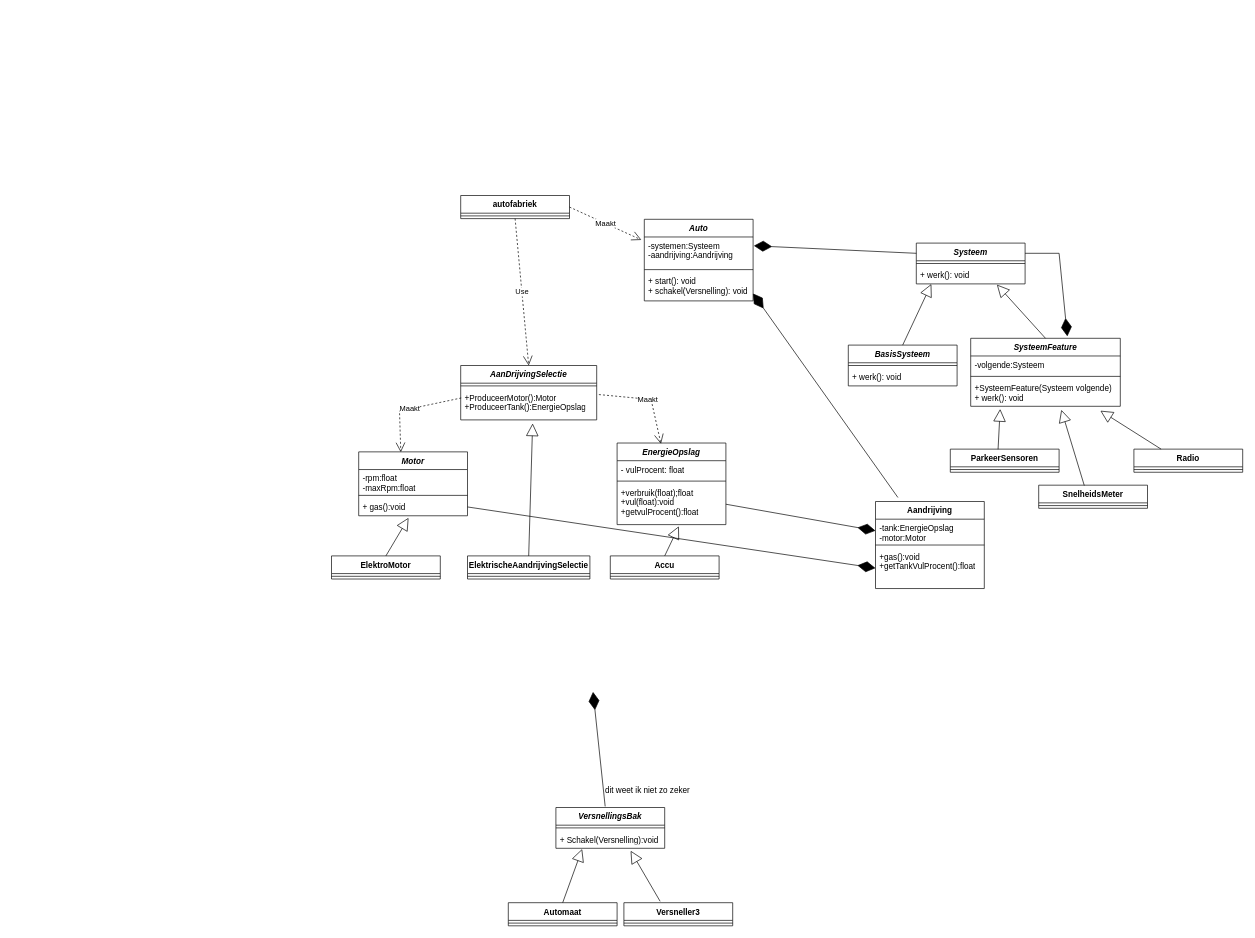
Earlier version of the draw.io diagram UML Diagram.drawio (Elipam/Design-patterns). Source tidied: cells renumbered, new cells numbered last; positions are measured from the earlier drawing's top-left corner, leaving out a move shared by most shapes. Both pictures are drawn from the tidied source at 68%, with x=0, y=0 at pixel (331, 195).
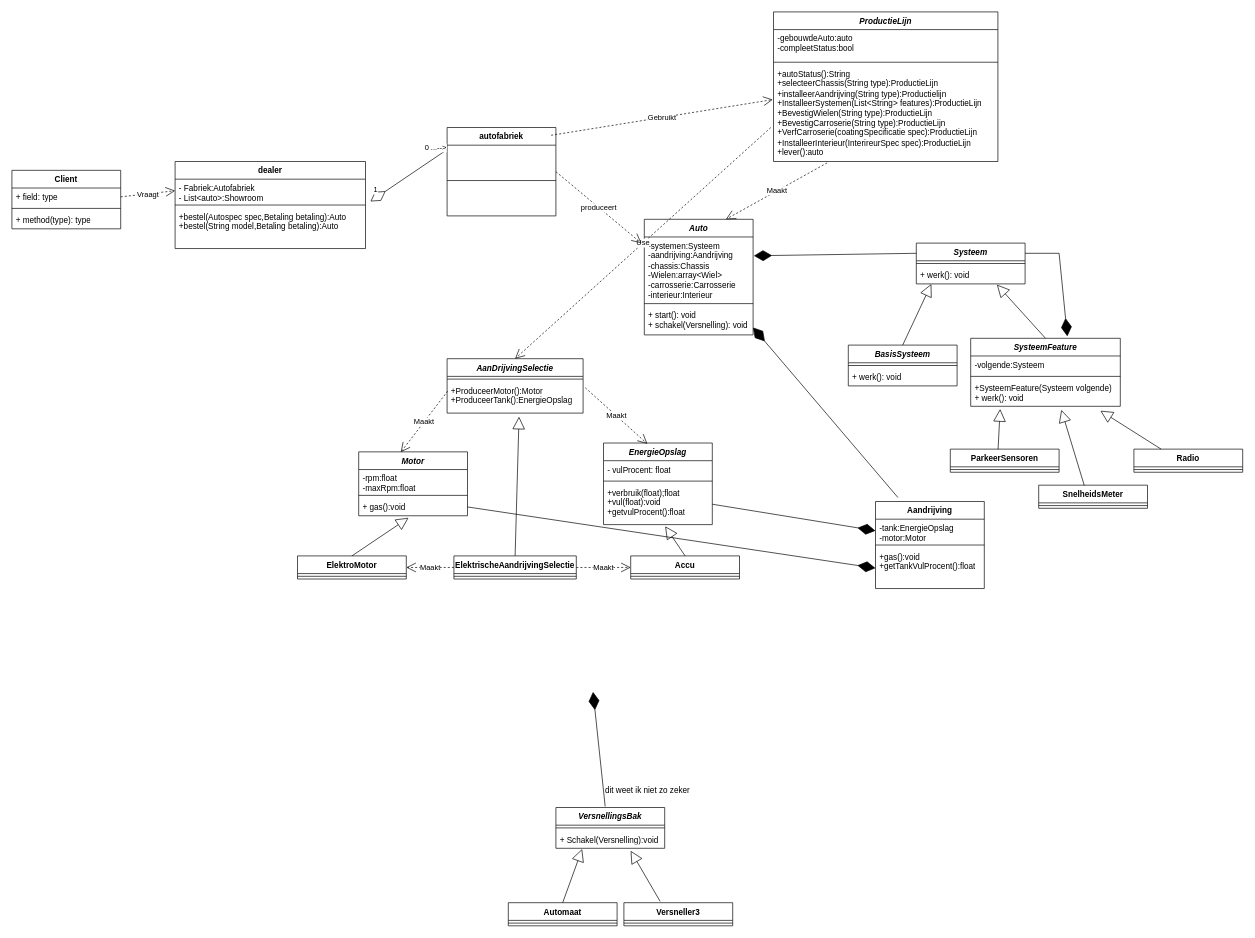
After the change.

Commit message:
verdere uitbreding dealership en autoproductie

Unchanged cells that the change refers to:
```xml
<mxCell id="38" value="+ProduceerMotor():Motor&lt;br&gt;+ProduceerTank():EnergieOpslag" style="text;strokeColor=none;fillColor=none;align=left;verticalAlign=top;spacingLeft=4;spacingRight=4;overflow=hidden;points=[[0,0.5],[1,0.5]];portConstraint=eastwest;whiteSpace=wrap;html=1;" parent="36" vertex="1">
  <mxGeometry y="34" width="200" height="46" as="geometry" />
</mxCell>
<mxCell id="56" value="&lt;i&gt;Motor&lt;/i&gt;" style="swimlane;fontStyle=1;align=center;verticalAlign=top;horizontal=1;startSize=26;whiteSpace=wrap;html=1;" parent="1" vertex="1">
  <mxGeometry x="40" y="377" width="160" height="94" as="geometry" />
</mxCell>
```

What changed in the source:
```diff
@@
     <mxCell id="2" value="&lt;i&gt;Auto&lt;/i&gt;" style="swimlane;fontStyle=1;align=center;verticalAlign=top;horizontal=1;startSize=26;whiteSpace=wrap;html=1;" parent="1" vertex="1">
-      <mxGeometry x="460" y="35" width="160" height="120" as="geometry" />
+      <mxGeometry x="460" y="35" width="160" height="170" as="geometry" />
     </mxCell>
-    <mxCell id="3" value="-systemen:Systeem&lt;br&gt;-aandrijving:Aandrijving" style="text;strokeColor=none;fillColor=none;align=left;verticalAlign=top;spacingLeft=4;spacingRight=4;overflow=hidden;points=[[0,0.5],[1,0.5]];portConstraint=eastwest;whiteSpace=wrap;html=1;" parent="2" vertex="1">
-      <mxGeometry y="26" width="160" height="44" as="geometry" />
+    <mxCell id="3" value="-systemen:Systeem&lt;br&gt;-aandrijving:Aandrijving&lt;br&gt;-chassis:Chassis&lt;br&gt;-Wielen:array&amp;lt;Wiel&amp;gt;&lt;br&gt;-carrosserie:Carrosserie&lt;br&gt;-interieur:Interieur" style="text;strokeColor=none;fillColor=none;align=left;verticalAlign=top;spacingLeft=4;spacingRight=4;overflow=hidden;points=[[0,0.5],[1,0.5]];portConstraint=eastwest;whiteSpace=wrap;html=1;" parent="2" vertex="1">
+      <mxGeometry y="26" width="160" height="94" as="geometry" />
     </mxCell>
     <mxCell id="4" style="line;strokeWidth=1;fillColor=none;align=left;verticalAlign=middle;spacingTop=-1;spacingLeft=3;spacingRight=3;labelPosition=right;strokeColor=inherit;" parent="2" vertex="1">
-      <mxGeometry y="70" width="160" height="8" as="geometry" />
+      <mxGeometry y="120" width="160" height="8" as="geometry" />
     </mxCell>
     <mxCell id="5" value="+ start(): void&lt;br&gt;+ schakel(Versnelling): void" style="text;strokeColor=none;fillColor=none;align=left;verticalAlign=top;spacingLeft=4;spacingRight=4;overflow=hidden;points=[[0,0.5],[1,0.5]];portConstraint=eastwest;whiteSpace=wrap;html=1;" parent="2" vertex="1">
-      <mxGeometry y="78" width="160" height="42" as="geometry" />
+      <mxGeometry y="128" width="160" height="42" as="geometry" />
     </mxCell>
@@
     <mxCell id="36" value="&lt;i&gt;AanDrijvingSelectie&lt;/i&gt;" style="swimlane;fontStyle=1;align=center;verticalAlign=top;horizontal=1;startSize=26;whiteSpace=wrap;html=1;" parent="1" vertex="1">
-      <mxGeometry x="190" y="250" width="200" height="80" as="geometry" />
+      <mxGeometry x="170" y="240" width="200" height="80" as="geometry" />
     </mxCell>
@@
     <mxCell id="48" value="autofabriek" style="swimlane;fontStyle=1;align=center;verticalAlign=top;horizontal=1;startSize=26;whiteSpace=wrap;html=1;" parent="1" vertex="1">
-      <mxGeometry x="190" width="160" height="34" as="geometry" />
+      <mxGeometry x="170" y="-100" width="160" height="130" as="geometry" />
     </mxCell>
     <mxCell id="49" style="line;strokeWidth=1;fillColor=none;align=left;verticalAlign=middle;spacingTop=-1;spacingLeft=3;spacingRight=3;labelPosition=right;strokeColor=inherit;" parent="48" vertex="1">
-      <mxGeometry y="26" width="160" height="8" as="geometry" />
+      <mxGeometry y="26" width="160" height="104" as="geometry" />
     </mxCell>
-    <mxCell id="50" value="Use" style="endArrow=open;endSize=12;dashed=1;html=1;rounded=0;exitX=0.5;exitY=1;exitDx=0;exitDy=0;entryX=0.5;entryY=0;entryDx=0;entryDy=0;" parent="1" edge="1" source="48" target="36">
+    <mxCell id="50" value="Use" style="endArrow=open;endSize=12;dashed=1;html=1;rounded=0;exitX=-0.012;exitY=0.648;exitDx=0;exitDy=0;entryX=0.5;entryY=0;entryDx=0;entryDy=0;exitPerimeter=0;" parent="1" edge="1" source="78" target="36">
       <mxGeometry relative="1" as="geometry" />
     </mxCell>
     <mxCell id="51" value="&lt;i&gt;EnergieOpslag&lt;/i&gt;" style="swimlane;fontStyle=1;align=center;verticalAlign=top;horizontal=1;startSize=26;whiteSpace=wrap;html=1;" parent="1" vertex="1">
-      <mxGeometry x="420" y="364" width="160" height="120" as="geometry" />
+      <mxGeometry x="400" y="364" width="160" height="120" as="geometry" />
     </mxCell>
@@
     <mxCell id="55" value="Maakt" style="endArrow=open;endSize=12;dashed=1;html=1;rounded=0;exitX=1.016;exitY=0.19;exitDx=0;exitDy=0;exitPerimeter=0;entryX=0.403;entryY=0.01;entryDx=0;entryDy=0;entryPerimeter=0;" parent="1" edge="1" source="38" target="51">
-      <mxGeometry relative="1" as="geometry">
-        <Array as="points">
-          <mxPoint x="470" y="300" />
-        </Array>
-      </mxGeometry>
+      <mxGeometry relative="1" as="geometry" />
     </mxCell>
@@
     <mxCell id="60" value="Maakt" style="endArrow=open;endSize=12;dashed=1;html=1;rounded=0;exitX=0.004;exitY=0.299;exitDx=0;exitDy=0;exitPerimeter=0;entryX=0.387;entryY=0.005;entryDx=0;entryDy=0;entryPerimeter=0;" parent="1" edge="1" source="38" target="56">
-      <mxGeometry relative="1" as="geometry">
-        <Array as="points">
-          <mxPoint x="100" y="317" />
-        </Array>
-      </mxGeometry>
+      <mxGeometry relative="1" as="geometry" />
     </mxCell>
     <mxCell id="61" value="ElektrischeAandrijvingSelectie" style="swimlane;fontStyle=1;align=center;verticalAlign=top;horizontal=1;startSize=26;whiteSpace=wrap;html=1;" parent="1" vertex="1">
-      <mxGeometry x="200" y="530" width="180" height="34" as="geometry" />
+      <mxGeometry x="180" y="530" width="180" height="34" as="geometry" />
     </mxCell>
@@
     <mxCell id="64" value="ElektroMotor" style="swimlane;fontStyle=1;align=center;verticalAlign=top;horizontal=1;startSize=26;whiteSpace=wrap;html=1;" parent="1" vertex="1">
-      <mxGeometry y="530" width="160" height="34" as="geometry" />
+      <mxGeometry x="-50" y="530" width="160" height="34" as="geometry" />
     </mxCell>
@@
     <mxCell id="69" value="Accu" style="swimlane;fontStyle=1;align=center;verticalAlign=top;horizontal=1;startSize=26;whiteSpace=wrap;html=1;" parent="1" vertex="1">
-      <mxGeometry x="410" y="530" width="160" height="34" as="geometry" />
+      <mxGeometry x="440" y="530" width="160" height="34" as="geometry" />
     </mxCell>
@@
-    <mxCell id="72" value="Maakt" style="endArrow=open;endSize=12;dashed=1;html=1;rounded=0;exitX=1;exitY=0.5;exitDx=0;exitDy=0;entryX=-0.027;entryY=0.097;entryDx=0;entryDy=0;entryPerimeter=0;" parent="1" edge="1" source="48" target="3">
+    <mxCell id="72" value="produceert" style="endArrow=open;endSize=12;dashed=1;html=1;rounded=0;exitX=1;exitY=0.5;exitDx=0;exitDy=0;entryX=-0.027;entryY=0.097;entryDx=0;entryDy=0;entryPerimeter=0;" parent="1" edge="1" source="48" target="3">
       <mxGeometry relative="1" as="geometry" />
     </mxCell>
+    <mxCell id="73" value="Maakt" style="endArrow=open;endSize=12;dashed=1;html=1;rounded=0;exitX=0;exitY=0.5;exitDx=0;exitDy=0;entryX=1;entryY=0.5;entryDx=0;entryDy=0;" parent="1" edge="1" source="61" target="64">
+      <mxGeometry relative="1" as="geometry" />
+    </mxCell>
+    <mxCell id="74" value="Maakt" style="endArrow=open;endSize=12;dashed=1;html=1;rounded=0;exitX=1;exitY=0.5;exitDx=0;exitDy=0;entryX=0;entryY=0.5;entryDx=0;entryDy=0;" parent="1" edge="1" source="61" target="69">
+      <mxGeometry relative="1" as="geometry" />
+    </mxCell>
+    <mxCell id="75" value="&lt;i&gt;ProductieLijn&lt;/i&gt;" style="swimlane;fontStyle=1;align=center;verticalAlign=top;horizontal=1;startSize=26;whiteSpace=wrap;html=1;" parent="1" vertex="1">
+      <mxGeometry x="650" y="-270" width="330" height="220" as="geometry" />
+    </mxCell>
+    <mxCell id="76" value="-gebouwdeAuto:auto&lt;br&gt;-compleetStatus:bool" style="text;strokeColor=none;fillColor=none;align=left;verticalAlign=top;spacingLeft=4;spacingRight=4;overflow=hidden;whiteSpace=wrap;html=1;" parent="75" vertex="1">
+      <mxGeometry y="26" width="330" height="44" as="geometry" />
+    </mxCell>
+    <mxCell id="77" style="line;strokeWidth=1;fillColor=none;align=left;verticalAlign=middle;spacingTop=-1;spacingLeft=3;spacingRight=3;labelPosition=right;strokeColor=inherit;" parent="75" vertex="1">
+      <mxGeometry y="70" width="330" height="8" as="geometry" />
+    </mxCell>
+    <mxCell id="78" value="+autoStatus():String&lt;br&gt;+selecteerChassis(String type):ProductieLijn&lt;br&gt;+installeerAandrijving(String type):Productielijn&lt;br&gt;+InstalleerSystemen(List&amp;lt;String&amp;gt; features):ProductieLijn&lt;br&gt;+BevestigWielen(String type):ProductieLijn&lt;br&gt;+BevestigCarroserie(String type):ProductieLijn&lt;br&gt;+VerfCarroserie(coatingSpecificatie spec):ProductieLijn&lt;br&gt;+InstalleerInterieur(InterireurSpec spec):ProductieLijn&lt;br&gt;+lever():auto" style="text;strokeColor=none;fillColor=none;align=left;verticalAlign=top;spacingLeft=4;spacingRight=4;overflow=hidden;points=[[0,0.5],[1,0.5]];portConstraint=eastwest;whiteSpace=wrap;html=1;" parent="75" vertex="1">
+      <mxGeometry y="78" width="330" height="142" as="geometry" />
+    </mxCell>
+    <mxCell id="79" value="Gebruikt" style="endArrow=open;endSize=12;dashed=1;html=1;rounded=0;exitX=0.956;exitY=0.088;exitDx=0;exitDy=0;exitPerimeter=0;entryX=-0.003;entryY=0.359;entryDx=0;entryDy=0;entryPerimeter=0;" parent="1" edge="1" source="48" target="78">
+      <mxGeometry relative="1" as="geometry" />
+    </mxCell>
+    <mxCell id="80" value="Maakt" style="endArrow=open;endSize=12;dashed=1;html=1;rounded=0;exitX=0.239;exitY=1.014;exitDx=0;exitDy=0;exitPerimeter=0;entryX=0.75;entryY=0;entryDx=0;entryDy=0;" parent="1" edge="1" source="78" target="2">
+      <mxGeometry relative="1" as="geometry" />
+    </mxCell>
+    <mxCell id="81" value="dealer" style="swimlane;fontStyle=1;align=center;verticalAlign=top;horizontal=1;startSize=26;whiteSpace=wrap;html=1;" parent="1" vertex="1">
+      <mxGeometry x="-230" y="-50" width="280" height="128" as="geometry" />
+    </mxCell>
+    <mxCell id="82" value="- Fabriek:Autofabriek&lt;br&gt;- List&amp;lt;auto&amp;gt;:Showroom" style="text;strokeColor=none;fillColor=none;align=left;verticalAlign=top;spacingLeft=4;spacingRight=4;overflow=hidden;points=[[0,0.5],[1,0.5]];portConstraint=eastwest;whiteSpace=wrap;html=1;" parent="81" vertex="1">
+      <mxGeometry y="26" width="280" height="34" as="geometry" />
+    </mxCell>
+    <mxCell id="83" style="line;strokeWidth=1;fillColor=none;align=left;verticalAlign=middle;spacingTop=-1;spacingLeft=3;spacingRight=3;labelPosition=right;strokeColor=inherit;" parent="81" vertex="1">
+      <mxGeometry y="60" width="280" height="8" as="geometry" />
+    </mxCell>
+    <mxCell id="84" value="+bestel(Autospec spec,Betaling betaling):Auto&lt;br&gt;+bestel(String model,Betaling betaling):Auto" style="text;strokeColor=none;fillColor=none;align=left;verticalAlign=top;spacingLeft=4;spacingRight=4;overflow=hidden;whiteSpace=wrap;html=1;" parent="81" vertex="1">
+      <mxGeometry y="68" width="280" height="60" as="geometry" />
+    </mxCell>
+    <mxCell id="85" style="endArrow=diamondThin;endFill=0;endSize=24;html=1;rounded=0;exitX=0;exitY=0.25;exitDx=0;exitDy=0;entryX=1.026;entryY=0.962;entryDx=0;entryDy=0;entryPerimeter=0;" parent="1" edge="1" source="48" target="82">
+      <mxGeometry relative="1" as="geometry" />
+    </mxCell>
+    <mxCell id="86" value="1" style="edgeLabel;html=1;align=center;verticalAlign=middle;" parent="85" vertex="1">
+      <mxGeometry x="0.51" y="-1" relative="1" as="geometry">
+        <mxPoint x="-20" y="2" as="offset" />
+      </mxGeometry>
+    </mxCell>
+    <mxCell id="87" value="0 ...--&amp;gt;" style="edgeLabel;html=1;align=center;verticalAlign=middle;" parent="85" vertex="1">
+      <mxGeometry x="-0.83" y="1" relative="1" as="geometry">
+        <mxPoint x="-8" y="-11" as="offset" />
+      </mxGeometry>
+    </mxCell>
+    <mxCell id="88" value="Client" style="swimlane;fontStyle=1;align=center;verticalAlign=top;horizontal=1;startSize=26;whiteSpace=wrap;html=1;" parent="1" vertex="1">
+      <mxGeometry x="-470" y="-37" width="160" height="86" as="geometry" />
+    </mxCell>
+    <mxCell id="89" value="+ field: type" style="text;strokeColor=none;fillColor=none;align=left;verticalAlign=top;spacingLeft=4;spacingRight=4;overflow=hidden;points=[[0,0.5],[1,0.5]];portConstraint=eastwest;whiteSpace=wrap;html=1;" parent="88" vertex="1">
+      <mxGeometry y="26" width="160" height="26" as="geometry" />
+    </mxCell>
+    <mxCell id="90" style="line;strokeWidth=1;fillColor=none;align=left;verticalAlign=middle;spacingTop=-1;spacingLeft=3;spacingRight=3;labelPosition=right;strokeColor=inherit;" parent="88" vertex="1">
+      <mxGeometry y="52" width="160" height="8" as="geometry" />
+    </mxCell>
+    <mxCell id="91" value="+ method(type): type" style="text;strokeColor=none;fillColor=none;align=left;verticalAlign=top;spacingLeft=4;spacingRight=4;overflow=hidden;whiteSpace=wrap;html=1;" parent="88" vertex="1">
+      <mxGeometry y="60" width="160" height="26" as="geometry" />
+    </mxCell>
+    <mxCell id="92" value="Vraagt" style="endArrow=open;endSize=12;dashed=1;html=1;rounded=0;exitX=1;exitY=0.5;exitDx=0;exitDy=0;entryX=0;entryY=0.5;entryDx=0;entryDy=0;" parent="1" edge="1" source="89" target="82">
+      <mxGeometry relative="1" as="geometry" />
+    </mxCell>
```
